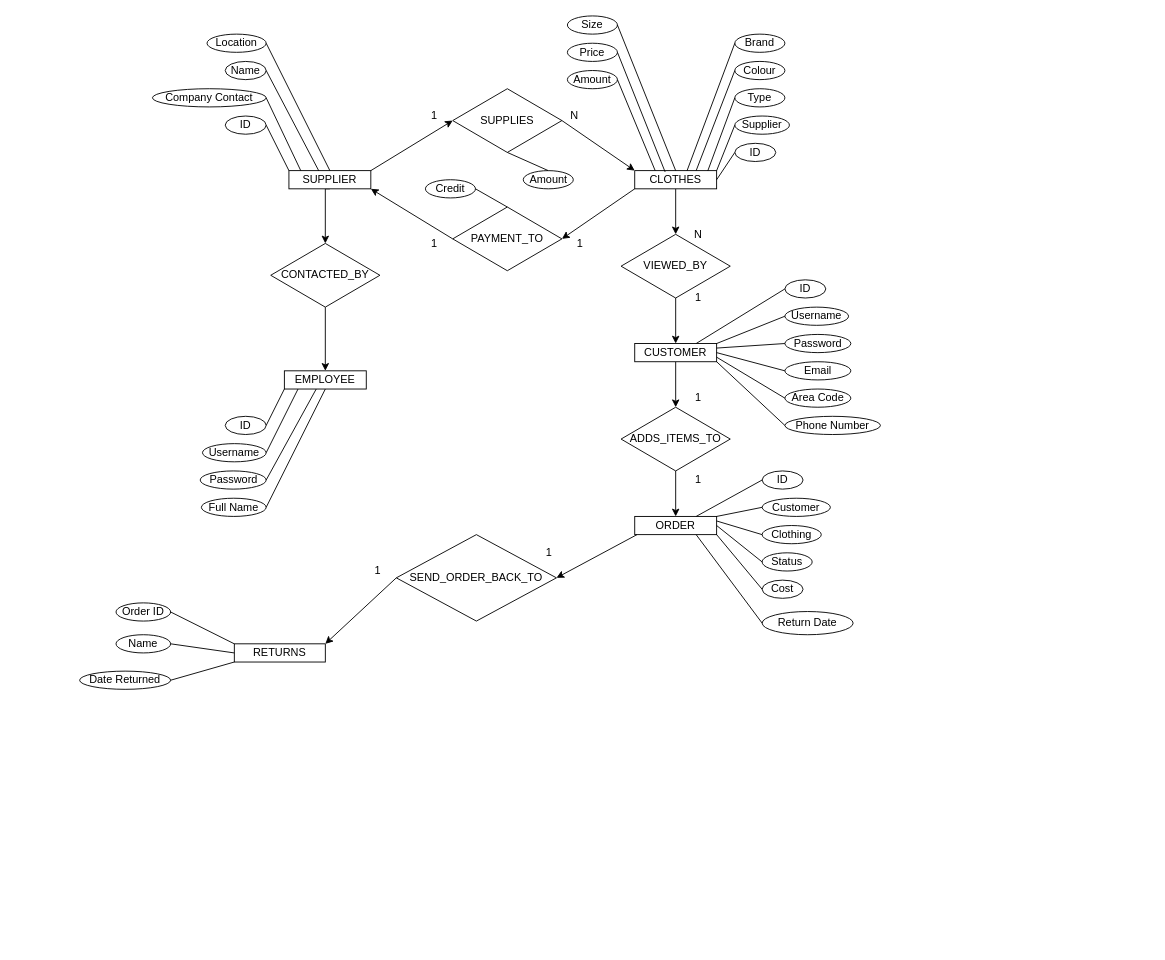
Before: FE2ProjectEERDiagram.drawio in ClothingOnlineDatabase/ClothingStoreFiles, a draw.io diagram. Source tidied: cells renumbered, new cells numbered last; positions are measured from the earlier drawing's top-left corner, leaving out a move shared by most shapes. Both pictures are drawn from the tidied source at 91%, with x=0, y=0 at pixel (79, 15).
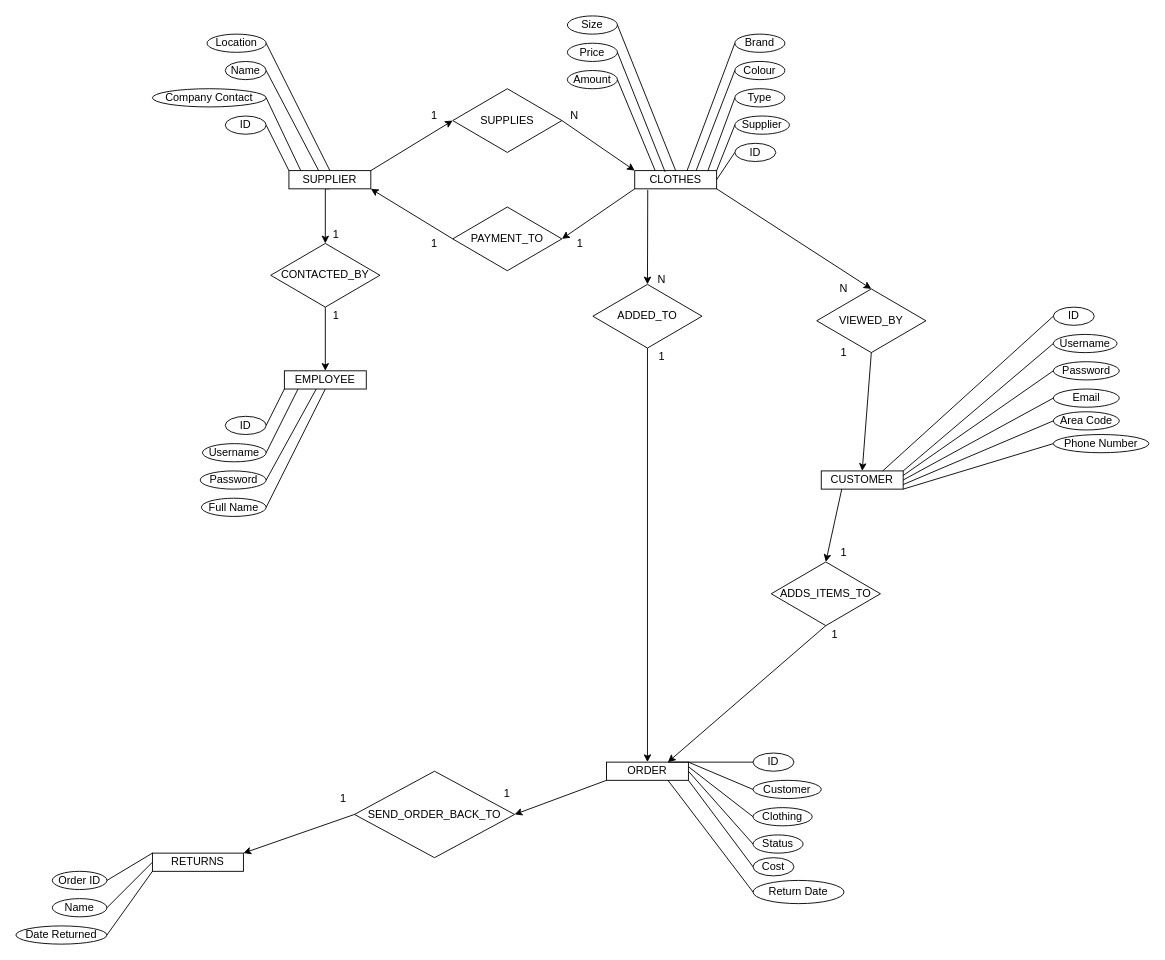
Above is the later version.

Commit message (it also covers changes not shown here):
C17352286 Eoghan O'Brien

Necessary changes made to EER Diagram

Unchanged cells that the change refers to:
```xml
<mxCell id="10" value="CLOTHES" style="rounded=0;whiteSpace=wrap;html=1;" parent="1" vertex="1">
  <mxGeometry x="610" y="170" width="90" height="20" as="geometry" />
</mxCell>
<mxCell id="28" value="PAYMENT_TO" style="rhombus;whiteSpace=wrap;html=1;" parent="1" vertex="1">
  <mxGeometry x="410" y="210" width="120" height="70" as="geometry" />
</mxCell>
```

The edit, as a diff of the source:
```diff
@@
-    <mxCell id="5" style="edgeStyle=orthogonalEdgeStyle;rounded=0;jettySize=auto;html=1;exitX=0.5;exitY=1;exitDx=0;exitDy=0;entryX=0.5;entryY=0;entryDx=0;entryDy=0;" parent="1" edge="1" source="6" target="38">
-      <mxGeometry relative="1" as="geometry" />
-    </mxCell>
     <mxCell id="6" value="CUSTOMER" style="rounded=0;whiteSpace=wrap;html=1;" parent="1" vertex="1">
-      <mxGeometry x="610" y="360" width="90" height="20" as="geometry" />
+      <mxGeometry x="815" y="500" width="90" height="20" as="geometry" />
     </mxCell>
     <mxCell id="7" value="ORDER" style="rounded=0;whiteSpace=wrap;html=1;" parent="1" vertex="1">
-      <mxGeometry x="610" y="550" width="90" height="20" as="geometry" />
+      <mxGeometry x="579" y="820" width="90" height="20" as="geometry" />
     </mxCell>
     <mxCell id="8" value="RETURNS" style="rounded=0;whiteSpace=wrap;html=1;" parent="1" vertex="1">
-      <mxGeometry x="170" y="690" width="100" height="20" as="geometry" />
+      <mxGeometry x="80" y="920" width="100" height="20" as="geometry" />
     </mxCell>
-    <mxCell id="9" style="edgeStyle=orthogonalEdgeStyle;rounded=0;jettySize=auto;html=1;exitX=0.5;exitY=1;exitDx=0;exitDy=0;entryX=0.5;entryY=0;entryDx=0;entryDy=0;" parent="1" edge="1" source="10" target="34">
-      <mxGeometry relative="1" as="geometry" />
-    </mxCell>
@@
-    <mxCell id="26" value="Amount" style="ellipse;whiteSpace=wrap;html=1;" parent="1" vertex="1">
-      <mxGeometry x="487.5" y="170" width="55" height="20" as="geometry" />
-    </mxCell>
-    <mxCell id="27" style="endArrow=none;html=1;exitX=0.5;exitY=0;exitDx=0;exitDy=0;" parent="1" edge="1" source="26">
-      <mxGeometry relative="1" as="geometry">
-        <mxPoint x="470" y="150" as="targetPoint" />
-      </mxGeometry>
-    </mxCell>
@@
-    <mxCell id="33" style="edgeStyle=orthogonalEdgeStyle;rounded=0;jettySize=auto;html=1;exitX=0.5;exitY=1;exitDx=0;exitDy=0;entryX=0.5;entryY=0;entryDx=0;entryDy=0;" parent="1" edge="1" source="34" target="6">
-      <mxGeometry relative="1" as="geometry" />
-    </mxCell>
     <mxCell id="34" value="VIEWED_BY" style="rhombus;whiteSpace=wrap;html=1;" parent="1" vertex="1">
-      <mxGeometry x="595" y="240" width="120" height="70" as="geometry" />
+      <mxGeometry x="810" y="300" width="120" height="70" as="geometry" />
     </mxCell>
@@
-    <mxCell id="37" style="edgeStyle=orthogonalEdgeStyle;rounded=0;jettySize=auto;html=1;exitX=0.5;exitY=1;exitDx=0;exitDy=0;entryX=0.5;entryY=0;entryDx=0;entryDy=0;" parent="1" edge="1" source="38" target="7">
-      <mxGeometry relative="1" as="geometry" />
-    </mxCell>
     <mxCell id="38" value="ADDS_ITEMS_TO" style="rhombus;whiteSpace=wrap;html=1;" parent="1" vertex="1">
-      <mxGeometry x="595" y="430" width="120" height="70" as="geometry" />
+      <mxGeometry x="760" y="600" width="120" height="70" as="geometry" />
     </mxCell>
-    <mxCell id="39" value="Credit" style="ellipse;whiteSpace=wrap;html=1;" parent="1" vertex="1">
-      <mxGeometry x="380" y="180" width="55" height="20" as="geometry" />
-    </mxCell>
-    <mxCell id="40" style="endArrow=none;html=1;exitX=1;exitY=0.5;exitDx=0;exitDy=0;entryX=0.5;entryY=0;entryDx=0;entryDy=0;" parent="1" edge="1" source="39" target="28">
-      <mxGeometry relative="1" as="geometry" />
-    </mxCell>
@@
     <mxCell id="48" value="SEND_ORDER_BACK_TO" style="rhombus;whiteSpace=wrap;html=1;" parent="1" vertex="1">
-      <mxGeometry x="348" y="570" width="176" height="95" as="geometry" />
+      <mxGeometry x="302" y="830" width="176" height="95" as="geometry" />
     </mxCell>
     <mxCell id="49" value="N" style="text;html=1;strokeColor=none;fillColor=none;align=center;verticalAlign=middle;whiteSpace=wrap;rounded=0;" parent="1" vertex="1">
-      <mxGeometry x="660" y="230" width="40" height="20" as="geometry" />
+      <mxGeometry x="820" y="290" width="40" height="20" as="geometry" />
     </mxCell>
     <mxCell id="50" value="1" style="text;html=1;strokeColor=none;fillColor=none;align=center;verticalAlign=middle;whiteSpace=wrap;rounded=0;" parent="1" vertex="1">
-      <mxGeometry x="660" y="300" width="40" height="20" as="geometry" />
+      <mxGeometry x="820" y="360" width="40" height="20" as="geometry" />
     </mxCell>
-    <mxCell id="51" style="endArrow=classic;html=1;entryX=1;entryY=0.5;entryDx=0;entryDy=0;" parent="1" edge="1" target="48">
-      <mxGeometry relative="1" as="geometry">
-        <mxPoint x="612.5" y="570" as="sourcePoint" />
-      </mxGeometry>
-    </mxCell>
-    <mxCell id="52" style="endArrow=classic;html=1;entryX=1;entryY=0;entryDx=0;entryDy=0;" parent="1" edge="1" target="8">
-      <mxGeometry relative="1" as="geometry">
-        <mxPoint x="348" y="617.5" as="sourcePoint" />
-      </mxGeometry>
-    </mxCell>
     <mxCell id="53" value="ID" style="ellipse;whiteSpace=wrap;html=1;" parent="1" vertex="1">
-      <mxGeometry x="775" y="290" width="45" height="20" as="geometry" />
+      <mxGeometry x="1070" y="320" width="45" height="20" as="geometry" />
     </mxCell>
     <mxCell id="54" value="Username" style="ellipse;whiteSpace=wrap;html=1;" parent="1" vertex="1">
-      <mxGeometry x="775" y="320" width="70" height="20" as="geometry" />
+      <mxGeometry x="1070" y="350" width="70" height="20" as="geometry" />
     </mxCell>
     <mxCell id="55" value="Password" style="ellipse;whiteSpace=wrap;html=1;" parent="1" vertex="1">
-      <mxGeometry x="775" y="350" width="72.5" height="20" as="geometry" />
+      <mxGeometry x="1070" y="380" width="72.5" height="20" as="geometry" />
     </mxCell>
     <mxCell id="56" value="Email" style="ellipse;whiteSpace=wrap;html=1;" parent="1" vertex="1">
-      <mxGeometry x="775" y="380" width="72.5" height="20" as="geometry" />
+      <mxGeometry x="1070" y="410" width="72.5" height="20" as="geometry" />
     </mxCell>
     <mxCell id="57" value="Area Code" style="ellipse;whiteSpace=wrap;html=1;" parent="1" vertex="1">
-      <mxGeometry x="775" y="410" width="72.5" height="20" as="geometry" />
+      <mxGeometry x="1070" y="435" width="72.5" height="20" as="geometry" />
     </mxCell>
     <mxCell id="58" value="Phone Number" style="ellipse;whiteSpace=wrap;html=1;" parent="1" vertex="1">
-      <mxGeometry x="775" y="440" width="105" height="20" as="geometry" />
+      <mxGeometry x="1070" y="460" width="105" height="20" as="geometry" />
     </mxCell>
@@
     <mxCell id="81" value="ID" style="ellipse;whiteSpace=wrap;html=1;" parent="1" vertex="1">
-      <mxGeometry x="750" y="500" width="45" height="20" as="geometry" />
+      <mxGeometry x="740" y="810" width="45" height="20" as="geometry" />
     </mxCell>
     <mxCell id="82" value="Customer" style="ellipse;whiteSpace=wrap;html=1;" parent="1" vertex="1">
-      <mxGeometry x="750" y="530" width="75" height="20" as="geometry" />
+      <mxGeometry x="740" y="840" width="75" height="20" as="geometry" />
     </mxCell>
     <mxCell id="83" value="Clothing" style="ellipse;whiteSpace=wrap;html=1;" parent="1" vertex="1">
-      <mxGeometry x="750" y="560" width="65" height="20" as="geometry" />
+      <mxGeometry x="740" y="870" width="65" height="20" as="geometry" />
     </mxCell>
     <mxCell id="84" value="Status" style="ellipse;whiteSpace=wrap;html=1;" parent="1" vertex="1">
-      <mxGeometry x="750" y="590" width="55" height="20" as="geometry" />
+      <mxGeometry x="740" y="900" width="55" height="20" as="geometry" />
     </mxCell>
     <mxCell id="85" value="Cost" style="ellipse;whiteSpace=wrap;html=1;" parent="1" vertex="1">
-      <mxGeometry x="750" y="620" width="45" height="20" as="geometry" />
+      <mxGeometry x="740" y="925" width="45" height="20" as="geometry" />
     </mxCell>
     <mxCell id="86" value="Return Date" style="ellipse;whiteSpace=wrap;html=1;" parent="1" vertex="1">
-      <mxGeometry x="750" y="654.5" width="100" height="25.5" as="geometry" />
+      <mxGeometry x="740" y="950" width="100" height="25.5" as="geometry" />
     </mxCell>
@@
     <mxCell id="93" value="Order ID" style="ellipse;whiteSpace=wrap;html=1;" parent="1" vertex="1">
-      <mxGeometry x="40" y="645" width="60" height="20" as="geometry" />
+      <mxGeometry x="-30" y="940" width="60" height="20" as="geometry" />
     </mxCell>
     <mxCell id="94" value="Name" style="ellipse;whiteSpace=wrap;html=1;" parent="1" vertex="1">
-      <mxGeometry x="40" y="680" width="60" height="20" as="geometry" />
+      <mxGeometry x="-30" y="970" width="60" height="20" as="geometry" />
     </mxCell>
     <mxCell id="95" value="Date Returned" style="ellipse;whiteSpace=wrap;html=1;" parent="1" vertex="1">
-      <mxGeometry y="720" width="100" height="20" as="geometry" />
+      <mxGeometry x="-70" y="1000" width="100" height="20" as="geometry" />
     </mxCell>
@@
-    <mxCell id="98" style="endArrow=none;html=1;exitX=1;exitY=0.5;exitDx=0;exitDy=0;" parent="1" edge="1" source="95">
-      <mxGeometry relative="1" as="geometry">
-        <mxPoint x="170" y="710" as="targetPoint" />
-      </mxGeometry>
+    <mxCell id="98" style="endArrow=none;html=1;exitX=1;exitY=0.5;exitDx=0;exitDy=0;entryX=0;entryY=1;entryDx=0;entryDy=0;" parent="1" edge="1" source="95" target="8">
+      <mxGeometry relative="1" as="geometry" />
     </mxCell>
-    <mxCell id="99" value="1" style="text;html=1;strokeColor=none;fillColor=none;align=center;verticalAlign=middle;whiteSpace=wrap;rounded=0;" parent="1" vertex="1">
-      <mxGeometry x="660" y="410" width="40" height="20" as="geometry" />
-    </mxCell>
-    <mxCell id="100" value="1" style="text;html=1;strokeColor=none;fillColor=none;align=center;verticalAlign=middle;whiteSpace=wrap;rounded=0;" parent="1" vertex="1">
-      <mxGeometry x="660" y="500" width="40" height="20" as="geometry" />
-    </mxCell>
     <mxCell id="101" value="1" style="text;html=1;strokeColor=none;fillColor=none;align=center;verticalAlign=middle;whiteSpace=wrap;rounded=0;" parent="1" vertex="1">
-      <mxGeometry x="496" y="580" width="40" height="20" as="geometry" />
+      <mxGeometry x="450" y="845" width="40" height="20" as="geometry" />
     </mxCell>
     <mxCell id="102" value="1" style="text;html=1;strokeColor=none;fillColor=none;align=center;verticalAlign=middle;whiteSpace=wrap;rounded=0;" parent="1" vertex="1">
-      <mxGeometry x="308" y="600" width="40" height="20" as="geometry" />
+      <mxGeometry x="270" y="850" width="40" height="20" as="geometry" />
     </mxCell>
+    <mxCell id="103" style="edgeStyle=orthogonalEdgeStyle;rounded=0;jettySize=auto;html=1;exitX=0.5;exitY=1;exitDx=0;exitDy=0;entryX=0.5;entryY=0;entryDx=0;entryDy=0;" parent="1" edge="1" source="104" target="7">
+      <mxGeometry relative="1" as="geometry" />
+    </mxCell>
+    <mxCell id="104" value="ADDED_TO" style="rhombus;whiteSpace=wrap;html=1;" parent="1" vertex="1">
+      <mxGeometry x="564" y="295" width="120" height="70" as="geometry" />
+    </mxCell>
+    <mxCell id="9" style="endArrow=classic;html=1;entryX=0.5;entryY=0;entryDx=0;entryDy=0;exitX=1;exitY=1;exitDx=0;exitDy=0;" parent="1" edge="1" source="10" target="34">
+      <mxGeometry relative="1" as="geometry" />
+    </mxCell>
+    <mxCell id="33" style="endArrow=classic;html=1;exitX=0.5;exitY=1;exitDx=0;exitDy=0;entryX=0.5;entryY=0;entryDx=0;entryDy=0;" parent="1" edge="1" source="34" target="6">
+      <mxGeometry relative="1" as="geometry" />
+    </mxCell>
+    <mxCell id="105" style="endArrow=classic;html=1;entryX=0.5;entryY=0;entryDx=0;entryDy=0;exitX=0.159;exitY=1.056;exitDx=0;exitDy=0;exitPerimeter=0;" parent="1" edge="1" source="10" target="104">
+      <mxGeometry relative="1" as="geometry" />
+    </mxCell>
+    <mxCell id="5" style="endArrow=classic;html=1;exitX=0.25;exitY=1;exitDx=0;exitDy=0;entryX=0.5;entryY=0;entryDx=0;entryDy=0;" parent="1" edge="1" source="6" target="38">
+      <mxGeometry relative="1" as="geometry" />
+    </mxCell>
+    <mxCell id="37" style="endArrow=classic;html=1;exitX=0.5;exitY=1;exitDx=0;exitDy=0;entryX=0.75;entryY=0;entryDx=0;entryDy=0;" parent="1" edge="1" source="38" target="7">
+      <mxGeometry relative="1" as="geometry" />
+    </mxCell>
+    <mxCell id="106" style="endArrow=classic;html=1;exitX=0;exitY=1;exitDx=0;exitDy=0;entryX=1;entryY=0.5;entryDx=0;entryDy=0;" parent="1" edge="1" source="7" target="48">
+      <mxGeometry relative="1" as="geometry" />
+    </mxCell>
+    <mxCell id="107" style="endArrow=classic;html=1;exitX=0;exitY=0.5;exitDx=0;exitDy=0;entryX=1;entryY=0;entryDx=0;entryDy=0;" parent="1" edge="1" source="48" target="8">
+      <mxGeometry relative="1" as="geometry" />
+    </mxCell>
+    <mxCell id="108" value="1" style="text;html=1;strokeColor=none;fillColor=none;align=center;verticalAlign=middle;whiteSpace=wrap;rounded=0;" parent="1" vertex="1">
+      <mxGeometry x="820" y="580" width="40" height="20" as="geometry" />
+    </mxCell>
+    <mxCell id="109" value="1" style="text;html=1;strokeColor=none;fillColor=none;align=center;verticalAlign=middle;whiteSpace=wrap;rounded=0;" parent="1" vertex="1">
+      <mxGeometry x="810" y="670" width="40" height="20" as="geometry" />
+    </mxCell>
+    <mxCell id="110" value="N" style="text;html=1;strokeColor=none;fillColor=none;align=center;verticalAlign=middle;whiteSpace=wrap;rounded=0;" parent="1" vertex="1">
+      <mxGeometry x="620" y="280" width="40" height="20" as="geometry" />
+    </mxCell>
+    <mxCell id="111" value="1" style="text;html=1;strokeColor=none;fillColor=none;align=center;verticalAlign=middle;whiteSpace=wrap;rounded=0;" parent="1" vertex="1">
+      <mxGeometry x="620" y="365" width="40" height="20" as="geometry" />
+    </mxCell>
+    <mxCell id="112" value="1" style="text;html=1;strokeColor=none;fillColor=none;align=center;verticalAlign=middle;whiteSpace=wrap;rounded=0;" parent="1" vertex="1">
+      <mxGeometry x="262" y="320" width="40" height="20" as="geometry" />
+    </mxCell>
+    <mxCell id="113" value="1" style="text;html=1;strokeColor=none;fillColor=none;align=center;verticalAlign=middle;whiteSpace=wrap;rounded=0;" parent="1" vertex="1">
+      <mxGeometry x="262" y="230" width="40" height="20" as="geometry" />
+    </mxCell>
```
